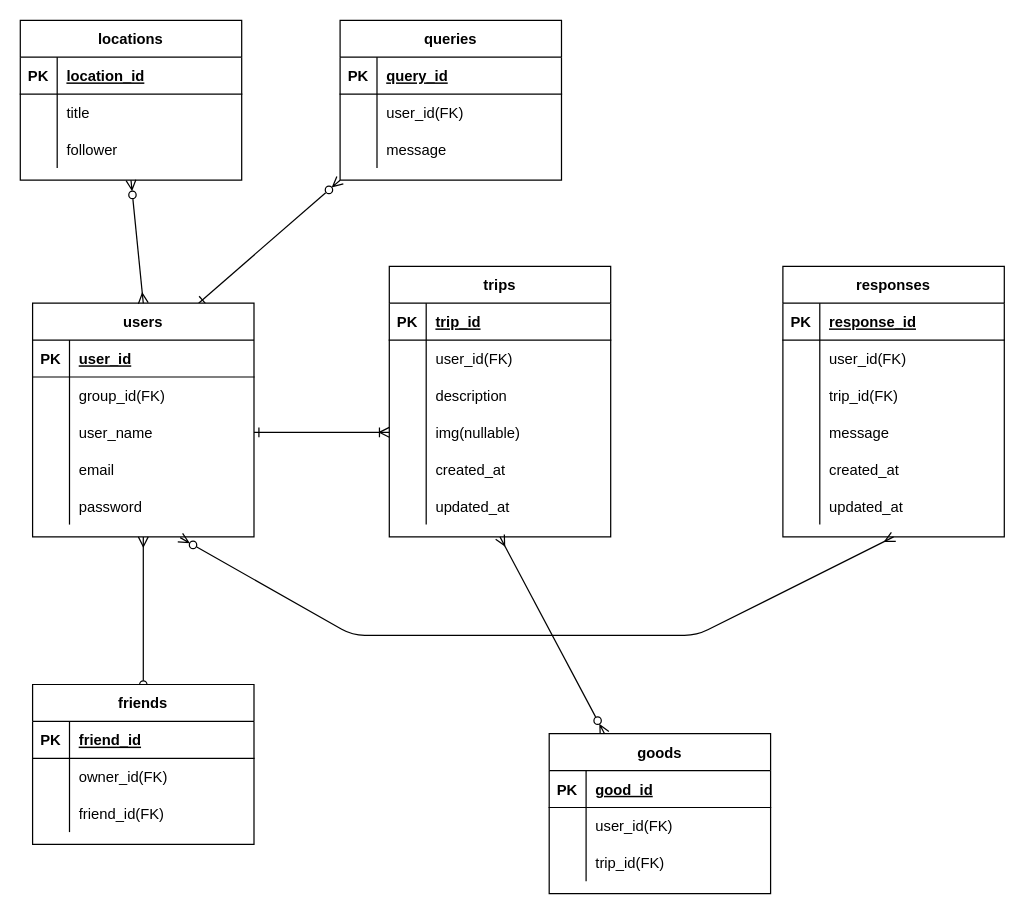
This is triprecord.drawio from kawatakutaku/trip_record, a draw.io file, before an edit. Source tidied: cells renumbered, new cells numbered last; positions are measured from the earlier drawing's top-left corner, leaving out a move shared by most shapes. Both pictures are drawn from the tidied source at 123%, with x=0, y=0 at pixel (20, 20).
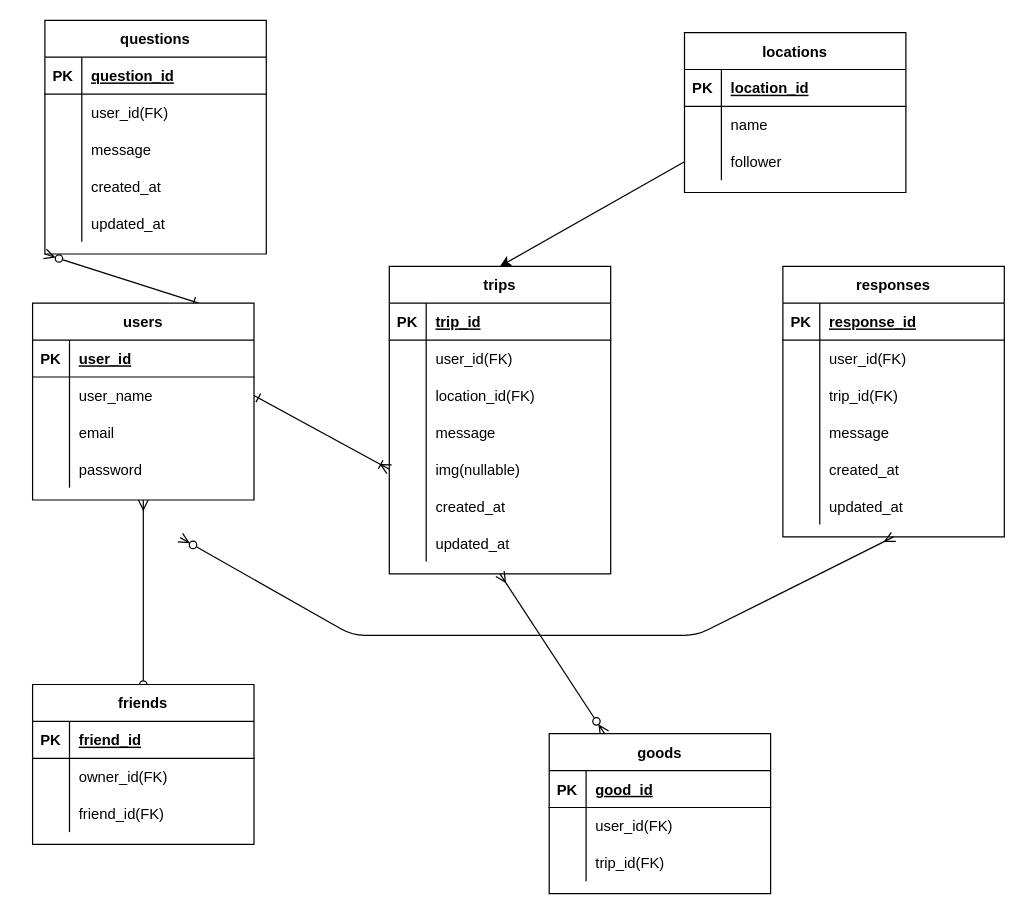
After the change.

Commit message (it also covers changes not shown here):
テーブルの設計を変更したのと、custom.cssを削除した

The change refers to these unchanged cells:
```xml
<mxCell id="44" style="shape=partialRectangle;fillColor=none;top=0;left=0;bottom=0;right=0;" parent="40" vertex="1">
  <mxGeometry y="60" width="180" height="30" as="geometry" />
</mxCell>
<mxCell id="47" style="shape=partialRectangle;fillColor=none;top=0;left=0;bottom=0;right=0;points=[[0,0.5],[1,0.5]];portConstraint=eastwest;" parent="40" vertex="1">
  <mxGeometry y="90" width="180" height="30" as="geometry" />
</mxCell>
<mxCell id="94" style="shape=partialRectangle;fillColor=none;top=0;left=0;bottom=1;right=0;" parent="93" vertex="1">
  <mxGeometry y="30" width="180" height="30" as="geometry" />
</mxCell>
```

The edit, as a diff of the source:
```diff
@@
     <mxCell id="2" value="trips" style="shape=table;startSize=30;childLayout=tableLayout;rowLines=0;fontStyle=1;align=center;" parent="1" vertex="1">
-      <mxGeometry x="300" y="200" width="180" height="220" as="geometry" />
+      <mxGeometry x="300" y="200" width="180" height="250" as="geometry" />
     </mxCell>
@@
+    <mxCell id="103" style="shape=partialRectangle;fillColor=none;top=0;left=0;bottom=0;right=0;" parent="2" vertex="1">
+      <mxGeometry y="90" width="180" height="30" as="geometry" />
+    </mxCell>
+    <mxCell id="104" style="shape=partialRectangle;fillColor=none;top=0;left=0;bottom=0;right=0;overflow=hidden;" parent="103" vertex="1">
+      <mxGeometry width="30" height="30" as="geometry" />
+    </mxCell>
+    <mxCell id="105" value="location_id(FK)" style="shape=partialRectangle;fillColor=none;top=0;left=0;bottom=0;right=0;align=left;spacingLeft=6;overflow=hidden;fontStyle=0;" parent="103" vertex="1">
+      <mxGeometry x="30" width="150" height="30" as="geometry" />
+    </mxCell>
     <mxCell id="9" style="shape=partialRectangle;fillColor=none;top=0;left=0;bottom=0;right=0;" parent="2" vertex="1">
-      <mxGeometry y="90" width="180" height="30" as="geometry" />
+      <mxGeometry y="120" width="180" height="30" as="geometry" />
     </mxCell>
@@
-    <mxCell id="11" value="description" style="shape=partialRectangle;fillColor=none;top=0;left=0;bottom=0;right=0;align=left;spacingLeft=6;overflow=hidden;" parent="9" vertex="1">
+    <mxCell id="11" value="message" style="shape=partialRectangle;fillColor=none;top=0;left=0;bottom=0;right=0;align=left;spacingLeft=6;overflow=hidden;" parent="9" vertex="1">
       <mxGeometry x="30" width="150" height="30" as="geometry" />
     </mxCell>
     <mxCell id="12" style="shape=partialRectangle;fillColor=none;top=0;left=0;bottom=0;right=0;points=[[0,0.5],[1,0.5]];portConstraint=eastwest;" parent="2" vertex="1">
-      <mxGeometry y="120" width="180" height="30" as="geometry" />
+      <mxGeometry y="150" width="180" height="30" as="geometry" />
     </mxCell>
@@
     <mxCell id="15" style="shape=partialRectangle;fillColor=none;top=0;left=0;bottom=0;right=0;" parent="2" vertex="1">
-      <mxGeometry y="150" width="180" height="30" as="geometry" />
+      <mxGeometry y="180" width="180" height="30" as="geometry" />
     </mxCell>
@@
     <mxCell id="18" style="shape=partialRectangle;fillColor=none;top=0;left=0;bottom=0;right=0;" parent="2" vertex="1">
-      <mxGeometry y="180" width="180" height="30" as="geometry" />
+      <mxGeometry y="210" width="180" height="30" as="geometry" />
     </mxCell>
@@
     <mxCell id="23" value="users" style="shape=table;startSize=30;childLayout=tableLayout;rowLines=0;fontStyle=1;align=center;" parent="1" vertex="1">
-      <mxGeometry x="10" y="230" width="180" height="190" as="geometry" />
+      <mxGeometry x="10" y="230" width="180" height="160" as="geometry" />
     </mxCell>
@@
-    <mxCell id="27" style="shape=partialRectangle;fillColor=none;top=0;left=0;bottom=0;right=0;" parent="23" vertex="1">
-      <mxGeometry y="60" width="180" height="30" as="geometry" />
-    </mxCell>
-    <mxCell id="28" style="shape=partialRectangle;fillColor=none;top=0;left=0;bottom=0;right=0;overflow=hidden;" parent="27" vertex="1">
-      <mxGeometry width="30" height="30" as="geometry" />
-    </mxCell>
-    <mxCell id="29" value="group_id(FK)" style="shape=partialRectangle;fillColor=none;top=0;left=0;bottom=0;right=0;align=left;spacingLeft=6;overflow=hidden;" parent="27" vertex="1">
-      <mxGeometry x="30" width="150" height="30" as="geometry" />
-    </mxCell>
     <mxCell id="30" style="shape=partialRectangle;fillColor=none;top=0;left=0;bottom=0;right=0;points=[[0,0.5],[1,0.5]];portConstraint=eastwest;" parent="23" vertex="1">
-      <mxGeometry y="90" width="180" height="30" as="geometry" />
+      <mxGeometry y="60" width="180" height="30" as="geometry" />
     </mxCell>
@@
     <mxCell id="33" style="shape=partialRectangle;fillColor=none;top=0;left=0;bottom=0;right=0;" parent="23" vertex="1">
-      <mxGeometry y="120" width="180" height="30" as="geometry" />
+      <mxGeometry y="90" width="180" height="30" as="geometry" />
     </mxCell>
@@
     <mxCell id="36" style="shape=partialRectangle;fillColor=none;top=0;left=0;bottom=0;right=0;" parent="23" vertex="1">
-      <mxGeometry y="150" width="180" height="30" as="geometry" />
+      <mxGeometry y="120" width="180" height="30" as="geometry" />
     </mxCell>
@@
-    <mxCell id="39" style="edgeStyle=none;html=1;exitX=0.5;exitY=1;exitDx=0;exitDy=0;entryX=0.5;entryY=0;entryDx=0;entryDy=0;endArrow=ERmany;endFill=0;startArrow=ERzeroToMany;startFill=0;" parent="1" edge="1" source="40" target="23">
-      <mxGeometry relative="1" as="geometry" />
-    </mxCell>
     <mxCell id="40" value="locations" style="shape=table;startSize=30;childLayout=tableLayout;rowLines=0;fontStyle=1;align=center;" parent="1" vertex="1">
-      <mxGeometry width="180" height="130" as="geometry" />
+      <mxGeometry x="540" y="10" width="180" height="130" as="geometry" />
     </mxCell>
@@
-    <mxCell id="46" value="title" style="shape=partialRectangle;fillColor=none;top=0;left=0;bottom=0;right=0;align=left;spacingLeft=6;overflow=hidden;" parent="44" vertex="1">
+    <mxCell id="46" value="name" style="shape=partialRectangle;fillColor=none;top=0;left=0;bottom=0;right=0;align=left;spacingLeft=6;overflow=hidden;" parent="44" vertex="1">
       <mxGeometry x="30" width="150" height="30" as="geometry" />
     </mxCell>
@@
-    <mxCell id="93" value="queries" style="shape=table;startSize=30;childLayout=tableLayout;rowLines=0;fontStyle=1;align=center;" parent="1" vertex="1">
-      <mxGeometry x="260" width="180" height="130" as="geometry" />
+    <mxCell id="93" value="questions" style="shape=table;startSize=30;childLayout=tableLayout;rowLines=0;fontStyle=1;align=center;" parent="1" vertex="1">
+      <mxGeometry x="20" width="180" height="190" as="geometry" />
     </mxCell>
@@
-    <mxCell id="96" value="query_id" style="shape=partialRectangle;fillColor=none;top=0;left=0;bottom=0;right=0;align=left;spacingLeft=6;fontStyle=5;overflow=hidden;" parent="94" vertex="1">
+    <mxCell id="96" value="question_id" style="shape=partialRectangle;fillColor=none;top=0;left=0;bottom=0;right=0;align=left;spacingLeft=6;fontStyle=5;overflow=hidden;" parent="94" vertex="1">
       <mxGeometry x="30" width="150" height="30" as="geometry" />
     </mxCell>
@@
+    <mxCell id="106" style="shape=partialRectangle;fillColor=none;top=0;left=0;bottom=0;right=0;" parent="93" vertex="1">
+      <mxGeometry y="120" width="180" height="30" as="geometry" />
+    </mxCell>
+    <mxCell id="107" style="shape=partialRectangle;fillColor=none;top=0;left=0;bottom=0;right=0;overflow=hidden;" parent="106" vertex="1">
+      <mxGeometry width="30" height="30" as="geometry" />
+    </mxCell>
+    <mxCell id="108" value="created_at" style="shape=partialRectangle;fillColor=none;top=0;left=0;bottom=0;right=0;align=left;spacingLeft=6;overflow=hidden;" parent="106" vertex="1">
+      <mxGeometry x="30" width="150" height="30" as="geometry" />
+    </mxCell>
+    <mxCell id="109" style="shape=partialRectangle;fillColor=none;top=0;left=0;bottom=0;right=0;" parent="93" vertex="1">
+      <mxGeometry y="150" width="180" height="30" as="geometry" />
+    </mxCell>
+    <mxCell id="110" style="shape=partialRectangle;fillColor=none;top=0;left=0;bottom=0;right=0;overflow=hidden;" parent="109" vertex="1">
+      <mxGeometry width="30" height="30" as="geometry" />
+    </mxCell>
+    <mxCell id="111" value="updated_at" style="shape=partialRectangle;fillColor=none;top=0;left=0;bottom=0;right=0;align=left;spacingLeft=6;overflow=hidden;" parent="109" vertex="1">
+      <mxGeometry x="30" width="150" height="30" as="geometry" />
+    </mxCell>
+    <mxCell id="112" style="edgeStyle=none;html=1;exitX=0;exitY=0.5;exitDx=0;exitDy=0;entryX=0.5;entryY=0;entryDx=0;entryDy=0;" parent="1" edge="1" source="47" target="2">
+      <mxGeometry relative="1" as="geometry" />
+    </mxCell>
```
